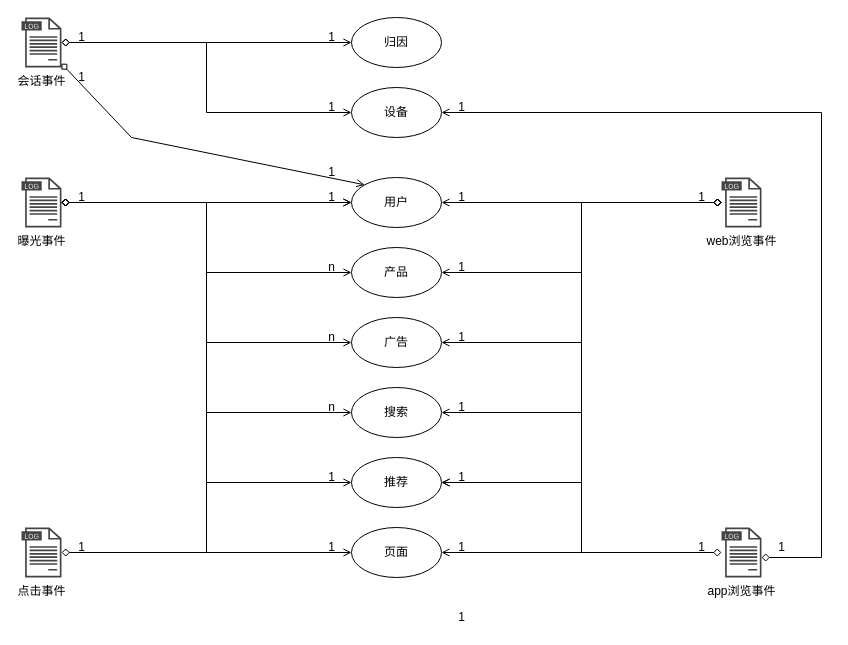
Before: 埋点3.0事件概念图.drawio in chuangehh/architecture_diagram, a draw.io diagram. Source tidied: cells renumbered, new cells numbered last; positions are measured from the earlier drawing's top-left corner, leaving out a move shared by most shapes. Both pictures are drawn from the tidied source at 100%, with x=0, y=0 at pixel (21, 17).
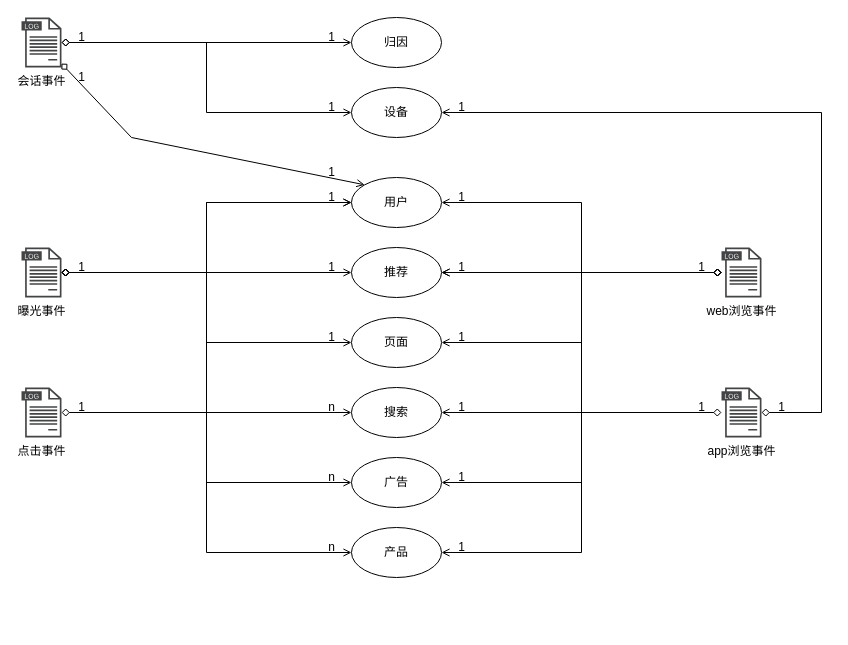
After the change.

Commit message:
更新埋点3.0事件概念图.drawio

The change refers to these unchanged cells:
```xml
<mxCell id="32" value="设备" style="ellipse;whiteSpace=wrap;html=1;strokeColor=default;fillColor=default;" parent="1" vertex="1">
  <mxGeometry x="330" y="70" width="90" height="50" as="geometry" />
</mxCell>
```

What changed in the source:
```diff
@@
     <mxCell id="8" value="曝光事件" style="sketch=0;shadow=0;dashed=0;html=1;strokeColor=none;fillColor=#434445;labelPosition=center;verticalLabelPosition=bottom;verticalAlign=top;align=center;outlineConnect=0;shape=mxgraph.vvd.log_files;" parent="1" vertex="1">
-      <mxGeometry y="160" width="40" height="50" as="geometry" />
+      <mxGeometry y="230" width="40" height="50" as="geometry" />
     </mxCell>
@@
     <mxCell id="10" value="广告" style="ellipse;whiteSpace=wrap;html=1;strokeColor=default;fillColor=default;" parent="1" vertex="1">
-      <mxGeometry x="330" y="300" width="90" height="50" as="geometry" />
+      <mxGeometry x="330" y="440" width="90" height="50" as="geometry" />
     </mxCell>
     <mxCell id="11" value="页面" style="ellipse;whiteSpace=wrap;html=1;strokeColor=default;fillColor=default;" parent="1" vertex="1">
-      <mxGeometry x="330" y="510" width="90" height="50" as="geometry" />
+      <mxGeometry x="330" y="300" width="90" height="50" as="geometry" />
     </mxCell>
     <mxCell id="12" value="产品" style="ellipse;whiteSpace=wrap;html=1;strokeColor=default;fillColor=default;" parent="1" vertex="1">
-      <mxGeometry x="330" y="230" width="90" height="50" as="geometry" />
+      <mxGeometry x="330" y="510" width="90" height="50" as="geometry" />
     </mxCell>
     <mxCell id="13" value="推荐" style="ellipse;whiteSpace=wrap;html=1;strokeColor=default;fillColor=default;" parent="1" vertex="1">
-      <mxGeometry x="330" y="440" width="90" height="50" as="geometry" />
+      <mxGeometry x="330" y="230" width="90" height="50" as="geometry" />
     </mxCell>
@@
     <mxCell id="16" value="点击事件" style="sketch=0;shadow=0;dashed=0;html=1;strokeColor=none;fillColor=#434445;labelPosition=center;verticalLabelPosition=bottom;verticalAlign=top;align=center;outlineConnect=0;shape=mxgraph.vvd.log_files;" parent="1" vertex="1">
-      <mxGeometry y="510" width="40" height="50" as="geometry" />
+      <mxGeometry y="370" width="40" height="50" as="geometry" />
     </mxCell>
     <mxCell id="17" value="1" style="text;html=1;align=center;verticalAlign=middle;strokeColor=none;fillColor=none;" parent="1" vertex="1">
-      <mxGeometry x="50" y="170" width="20" height="20" as="geometry" />
+      <mxGeometry x="50" y="240" width="20" height="20" as="geometry" />
     </mxCell>
     <mxCell id="18" value="1" style="text;html=1;align=center;verticalAlign=middle;strokeColor=none;fillColor=none;" parent="1" vertex="1">
-      <mxGeometry x="50" y="520" width="20" height="20" as="geometry" />
+      <mxGeometry x="50" y="380" width="20" height="20" as="geometry" />
     </mxCell>
     <mxCell id="19" value="n" style="text;html=1;align=center;verticalAlign=middle;strokeColor=none;fillColor=none;" parent="1" vertex="1">
-      <mxGeometry x="300" y="310" width="20" height="20" as="geometry" />
+      <mxGeometry x="300" y="520" width="20" height="20" as="geometry" />
     </mxCell>
     <mxCell id="20" value="n" style="text;html=1;align=center;verticalAlign=middle;strokeColor=none;fillColor=none;" parent="1" vertex="1">
-      <mxGeometry x="300" y="240" width="20" height="20" as="geometry" />
+      <mxGeometry x="300" y="450" width="20" height="20" as="geometry" />
     </mxCell>
@@
     <mxCell id="28" value="web浏览事件" style="sketch=0;shadow=0;dashed=0;html=1;strokeColor=none;fillColor=#434445;labelPosition=center;verticalLabelPosition=bottom;verticalAlign=top;align=center;outlineConnect=0;shape=mxgraph.vvd.log_files;" parent="1" vertex="1">
-      <mxGeometry x="700" y="160" width="40" height="50" as="geometry" />
+      <mxGeometry x="700" y="230" width="40" height="50" as="geometry" />
     </mxCell>
@@
     <mxCell id="30" style="edgeStyle=orthogonalEdgeStyle;rounded=0;jettySize=auto;html=1;entryX=1;entryY=0.5;entryDx=0;entryDy=0;fontColor=#000000;startArrow=diamond;startFill=0;endArrow=open;endFill=0;startSize=6;endSize=6;strokeColor=#000000;strokeWidth=1;" parent="1" edge="1" source="31" target="32">
       <mxGeometry relative="1" as="geometry">
         <Array as="points">
-          <mxPoint x="800" y="540" />
+          <mxPoint x="800" y="395" />
           <mxPoint x="800" y="95" />
         </Array>
       </mxGeometry>
     </mxCell>
     <mxCell id="31" value="app浏览事件" style="sketch=0;shadow=0;dashed=0;html=1;strokeColor=none;fillColor=#434445;labelPosition=center;verticalLabelPosition=bottom;verticalAlign=top;align=center;outlineConnect=0;shape=mxgraph.vvd.log_files;" parent="1" vertex="1">
-      <mxGeometry x="700" y="510" width="40" height="50" as="geometry" />
+      <mxGeometry x="700" y="370" width="40" height="50" as="geometry" />
     </mxCell>
@@
-    <mxCell id="42" value="&lt;font color=&quot;#000000&quot;&gt;1&lt;/font&gt;" style="text;html=1;align=center;verticalAlign=middle;strokeColor=none;fillColor=none;fontColor=#3399FF;" parent="1" vertex="1">
-      <mxGeometry x="430" y="590" width="20" height="20" as="geometry" />
-    </mxCell>
@@
     <mxCell id="44" value="&lt;font color=&quot;#000000&quot;&gt;1&lt;/font&gt;" style="text;html=1;align=center;verticalAlign=middle;strokeColor=none;fillColor=none;fontColor=#3399FF;" parent="1" vertex="1">
-      <mxGeometry x="300" y="450" width="20" height="20" as="geometry" />
+      <mxGeometry x="300" y="310" width="20" height="20" as="geometry" />
     </mxCell>
     <mxCell id="45" value="&lt;font color=&quot;#000000&quot;&gt;1&lt;/font&gt;" style="text;html=1;align=center;verticalAlign=middle;strokeColor=none;fillColor=none;fontColor=#3399FF;" parent="1" vertex="1">
-      <mxGeometry x="300" y="520" width="20" height="20" as="geometry" />
+      <mxGeometry x="300" y="240" width="20" height="20" as="geometry" />
     </mxCell>
     <mxCell id="46" value="1" style="text;html=1;align=center;verticalAlign=middle;strokeColor=none;fillColor=none;" parent="1" vertex="1">
-      <mxGeometry x="670" y="170" width="20" height="20" as="geometry" />
+      <mxGeometry x="670" y="240" width="20" height="20" as="geometry" />
     </mxCell>
     <mxCell id="47" value="1" style="text;html=1;align=center;verticalAlign=middle;strokeColor=none;fillColor=none;" parent="1" vertex="1">
-      <mxGeometry x="670" y="520" width="20" height="20" as="geometry" />
+      <mxGeometry x="670" y="380" width="20" height="20" as="geometry" />
     </mxCell>
     <mxCell id="48" value="1" style="text;html=1;align=center;verticalAlign=middle;strokeColor=none;fillColor=none;" parent="1" vertex="1">
-      <mxGeometry x="750" y="520" width="20" height="20" as="geometry" />
+      <mxGeometry x="750" y="380" width="20" height="20" as="geometry" />
     </mxCell>
```
